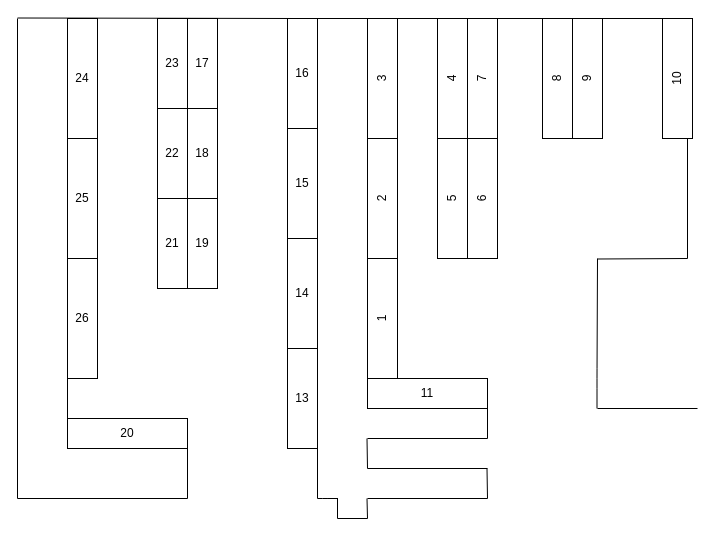
This is doc/D区驿站平面图.drawio from 2685508440/Parcel_Delivery_Opt, a draw.io file, before an edit. Source tidied: cells renumbered, new cells numbered last; positions are measured from the earlier drawing's top-left corner, leaving out a move shared by most shapes. Both pictures are drawn from the tidied source at 100%, with x=0, y=0 at pixel (17, 18).
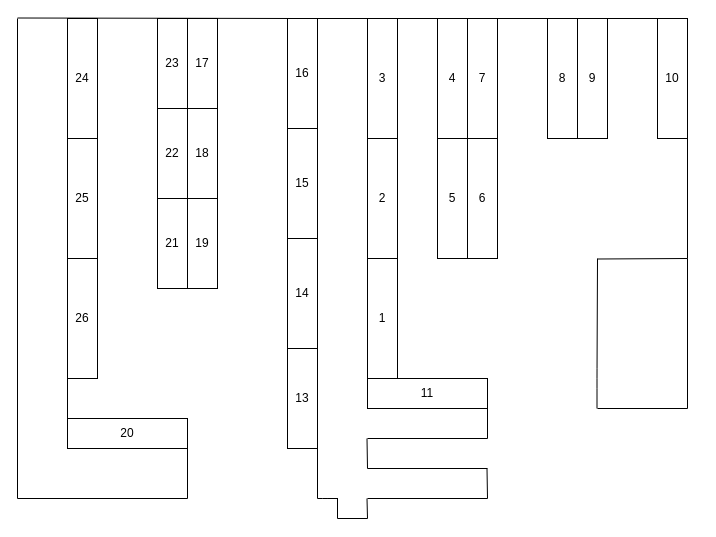
Above is the later version.

Commit message:
Update D区驿站平面图.drawio

The edit, as a diff of the source:
```diff
@@
-    <mxCell id="3" value="1" style="rounded=0;whiteSpace=wrap;html=1;rotation=-90;" parent="1" vertex="1">
-      <mxGeometry x="305" y="285" width="120" height="30" as="geometry" />
+    <mxCell id="3" value="1" style="rounded=0;whiteSpace=wrap;html=1;rotation=0;" parent="1" vertex="1">
+      <mxGeometry x="350" y="240" width="30" height="120" as="geometry" />
     </mxCell>
-    <mxCell id="4" value="2" style="rounded=0;whiteSpace=wrap;html=1;rotation=-90;" parent="1" vertex="1">
-      <mxGeometry x="305" y="165" width="120" height="30" as="geometry" />
+    <mxCell id="4" value="2" style="rounded=0;whiteSpace=wrap;html=1;rotation=0;" parent="1" vertex="1">
+      <mxGeometry x="350" y="120" width="30" height="120" as="geometry" />
     </mxCell>
-    <mxCell id="5" value="3" style="rounded=0;whiteSpace=wrap;html=1;rotation=-90;" parent="1" vertex="1">
-      <mxGeometry x="305" y="45" width="120" height="30" as="geometry" />
+    <mxCell id="5" value="3" style="rounded=0;whiteSpace=wrap;html=1;rotation=0;" parent="1" vertex="1">
+      <mxGeometry x="350" width="30" height="120" as="geometry" />
     </mxCell>
-    <mxCell id="6" value="6" style="rounded=0;whiteSpace=wrap;html=1;rotation=-90;" parent="1" vertex="1">
-      <mxGeometry x="405" y="165" width="120" height="30" as="geometry" />
+    <mxCell id="6" value="6" style="rounded=0;whiteSpace=wrap;html=1;rotation=0;" parent="1" vertex="1">
+      <mxGeometry x="450" y="120" width="30" height="120" as="geometry" />
     </mxCell>
-    <mxCell id="7" value="5" style="rounded=0;whiteSpace=wrap;html=1;rotation=-90;" parent="1" vertex="1">
-      <mxGeometry x="375" y="165" width="120" height="30" as="geometry" />
+    <mxCell id="7" value="5" style="rounded=0;whiteSpace=wrap;html=1;rotation=0;" parent="1" vertex="1">
+      <mxGeometry x="420" y="120" width="30" height="120" as="geometry" />
     </mxCell>
-    <mxCell id="8" value="7" style="rounded=0;whiteSpace=wrap;html=1;rotation=-90;" parent="1" vertex="1">
-      <mxGeometry x="405" y="45" width="120" height="30" as="geometry" />
+    <mxCell id="8" value="7" style="rounded=0;whiteSpace=wrap;html=1;rotation=0;" parent="1" vertex="1">
+      <mxGeometry x="450" width="30" height="120" as="geometry" />
     </mxCell>
-    <mxCell id="9" value="4" style="rounded=0;whiteSpace=wrap;html=1;rotation=-90;" parent="1" vertex="1">
-      <mxGeometry x="375" y="45" width="120" height="30" as="geometry" />
+    <mxCell id="9" value="4" style="rounded=0;whiteSpace=wrap;html=1;rotation=0;" parent="1" vertex="1">
+      <mxGeometry x="420" width="30" height="120" as="geometry" />
     </mxCell>
-    <mxCell id="10" value="8" style="rounded=0;whiteSpace=wrap;html=1;rotation=-90;" parent="1" vertex="1">
-      <mxGeometry x="480" y="45" width="120" height="30" as="geometry" />
+    <mxCell id="10" value="8" style="rounded=0;whiteSpace=wrap;html=1;rotation=0;" parent="1" vertex="1">
+      <mxGeometry x="530" width="30" height="120" as="geometry" />
     </mxCell>
-    <mxCell id="11" value="9" style="rounded=0;whiteSpace=wrap;html=1;rotation=-90;" parent="1" vertex="1">
-      <mxGeometry x="510" y="45" width="120" height="30" as="geometry" />
+    <mxCell id="11" value="9" style="rounded=0;whiteSpace=wrap;html=1;rotation=0;" parent="1" vertex="1">
+      <mxGeometry x="560" width="30" height="120" as="geometry" />
     </mxCell>
     <mxCell id="12" style="endArrow=none;html=1;" parent="1" edge="1">
       <mxGeometry relative="1" as="geometry">
         <mxPoint x="580" y="390" as="sourcePoint" />
-        <mxPoint x="680" y="390" as="targetPoint" />
+        <mxPoint x="670" y="390" as="targetPoint" />
       </mxGeometry>
     </mxCell>
@@
-    <mxCell id="16" value="10" style="rounded=0;whiteSpace=wrap;html=1;rotation=-90;" parent="1" vertex="1">
-      <mxGeometry x="600" y="45" width="120" height="30" as="geometry" />
+    <mxCell id="16" value="10" style="rounded=0;whiteSpace=wrap;html=1;rotation=0;" parent="1" vertex="1">
+      <mxGeometry x="640" width="30" height="120" as="geometry" />
     </mxCell>
@@
-    <mxCell id="28" style="endArrow=none;html=1;exitX=1;exitY=0.25;exitDx=0;exitDy=0;" parent="1" edge="1" source="5">
-      <mxGeometry relative="1" as="geometry">
-        <mxPoint x="300" as="targetPoint" />
-        <Array as="points">
-          <mxPoint x="320.5" />
-        </Array>
-      </mxGeometry>
-    </mxCell>
@@
+    <mxCell id="49" style="endArrow=none;html=1;" parent="1" edge="1">
+      <mxGeometry relative="1" as="geometry">
+        <mxPoint x="670" y="390" as="sourcePoint" />
+        <mxPoint x="670" y="240" as="targetPoint" />
+      </mxGeometry>
+    </mxCell>
+    <mxCell id="50" style="endArrow=none;html=1;" parent="1" edge="1">
+      <mxGeometry relative="1" as="geometry">
+        <mxPoint x="300" as="sourcePoint" />
+        <mxPoint x="350" as="targetPoint" />
+      </mxGeometry>
+    </mxCell>
```
